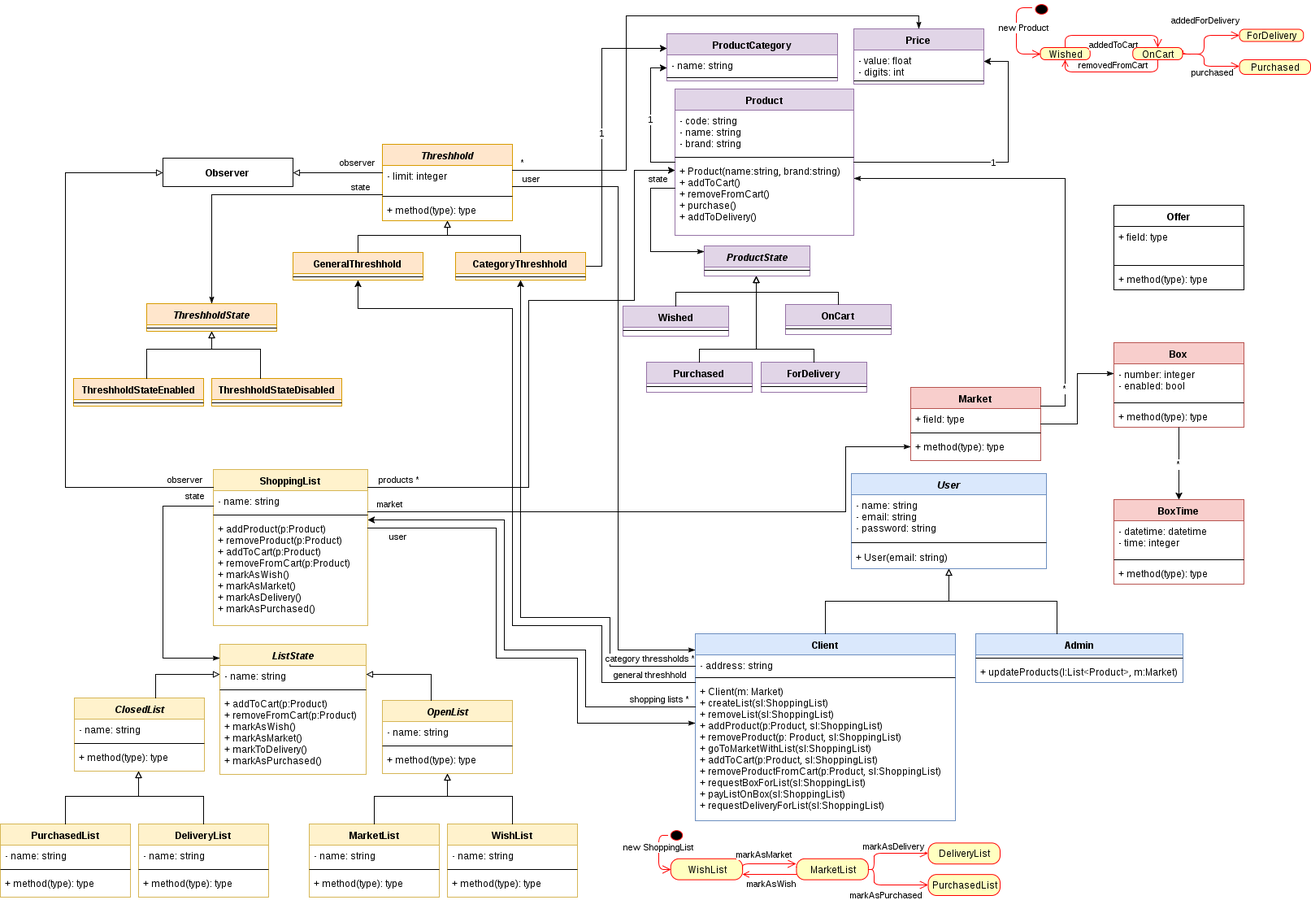
Above: doc/design.png in laendoor/unq-desapp-aloloco-back (draw.io), before the change. Source tidied: cells renumbered, new cells last; positions are measured from the earlier drawing's top-left corner, leaving out a move shared by most shapes.
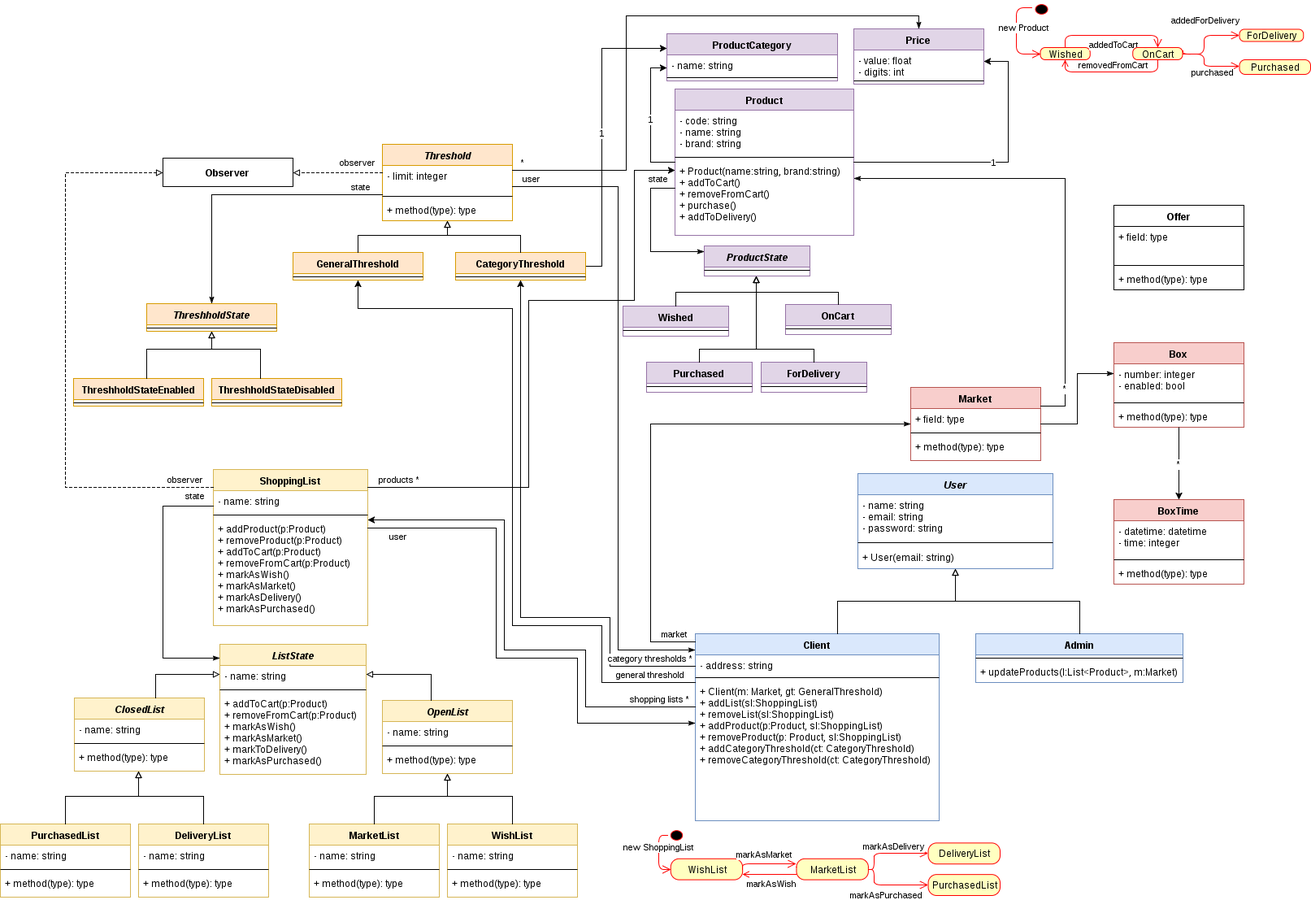
After the commit.

What changed in the source:
```diff
@@ -42,16 +42,16 @@
       <mxGeometry y="78" width="160" height="26" as="geometry" />
     </mxCell>
     <mxCell id="15" value="Client" style="swimlane;html=1;fontStyle=1;align=center;verticalAlign=top;horizontal=1;startSize=26;swimlaneFillColor=#ffffff;fillColor=#dae8fc;strokeColor=#6c8ebf;" parent="1" vertex="1">
-      <mxGeometry x="855" y="778" width="320" height="230" as="geometry" />
+      <mxGeometry x="855" y="778" width="300" height="230" as="geometry" />
     </mxCell>
     <mxCell id="16" value="&lt;div&gt;- address: string&lt;/div&gt;" style="text;html=1;strokeColor=none;fillColor=none;align=left;verticalAlign=top;spacingLeft=4;spacingRight=4;whiteSpace=wrap;overflow=hidden;" parent="15" vertex="1">
-      <mxGeometry y="26" width="320" height="24" as="geometry" />
+      <mxGeometry y="26" width="300" height="24" as="geometry" />
     </mxCell>
     <mxCell id="17" style="line;html=1;strokeWidth=1;fillColor=none;align=left;verticalAlign=middle;spacingTop=-1;spacingLeft=3;spacingRight=3;labelPosition=right;" parent="15" vertex="1">
-      <mxGeometry y="50" width="320" height="8" as="geometry" />
+      <mxGeometry y="50" width="300" height="8" as="geometry" />
     </mxCell>
-    <mxCell id="18" value="&lt;div&gt;+ Client(m: Market)&lt;/div&gt;&lt;div&gt;+ createList(&lt;span&gt;sl:ShoppingList&lt;/span&gt;&lt;span&gt;)&lt;/span&gt;&lt;/div&gt;&lt;div&gt;+ removeList(sl:ShoppingList)&lt;/div&gt;&lt;div&gt;+ addProduct(&lt;span&gt;p:Product,&amp;nbsp;&lt;/span&gt;sl:ShoppingList&lt;span&gt;)&lt;/span&gt;&lt;/div&gt;&lt;div&gt;+ removeProduct(&lt;span&gt;p: Product,&amp;nbsp;&lt;/span&gt;sl:ShoppingList&lt;span&gt;)&lt;/span&gt;&lt;/div&gt;&lt;div&gt;+ goToMarketWithList(sl:ShoppingList)&lt;/div&gt;&lt;div&gt;+ addToCart(p:Product, sl:ShoppingList)&lt;/div&gt;&lt;div&gt;+ removeProductFromCart(p:Product, sl:ShoppingList)&lt;/div&gt;&lt;div&gt;+ requestBoxForList(sl:ShoppingList)&lt;/div&gt;&lt;div&gt;+ payListOnBox(sl:ShoppingList)&lt;/div&gt;&lt;div&gt;+ requestDeliveryForList(sl:ShoppingList)&lt;/div&gt;" style="text;html=1;strokeColor=none;fillColor=none;align=left;verticalAlign=top;spacingLeft=4;spacingRight=4;whiteSpace=wrap;overflow=hidden;" parent="15" vertex="1">
-      <mxGeometry y="58" width="320" height="172" as="geometry" />
+    <mxCell id="18" value="&lt;div&gt;+ Client(m: Market, gt: GeneralThreshold)&lt;/div&gt;&lt;div&gt;+ addList(&lt;span&gt;sl:ShoppingList&lt;/span&gt;&lt;span&gt;)&lt;/span&gt;&lt;/div&gt;&lt;div&gt;+ removeList(sl:ShoppingList)&lt;/div&gt;&lt;div&gt;+ addProduct(&lt;span&gt;p:Product,&amp;nbsp;&lt;/span&gt;sl:ShoppingList&lt;span&gt;)&lt;/span&gt;&lt;/div&gt;&lt;div&gt;+ removeProduct(&lt;span&gt;p: Product,&amp;nbsp;&lt;/span&gt;sl:ShoppingList&lt;span&gt;)&lt;/span&gt;&lt;/div&gt;&lt;div&gt;+ addCategoryThreshold(ct: CategoryThreshold)&lt;br&gt;&lt;/div&gt;&lt;div&gt;+ removeCategoryThreshold(ct: CategoryThreshold)&lt;/div&gt;" style="text;html=1;strokeColor=none;fillColor=none;align=left;verticalAlign=top;spacingLeft=4;spacingRight=4;whiteSpace=wrap;overflow=hidden;" parent="15" vertex="1">
+      <mxGeometry y="58" width="300" height="172" as="geometry" />
     </mxCell>
     <mxCell id="19" value="Shopping&lt;span&gt;List&lt;/span&gt;" style="swimlane;html=1;fontStyle=1;align=center;verticalAlign=top;horizontal=1;startSize=26;swimlaneFillColor=#ffffff;fillColor=#fff2cc;strokeColor=#d6b656;" parent="1" vertex="1">
       <mxGeometry x="262" y="576" width="190" height="192" as="geometry" />
@@ -114,7 +114,7 @@
         </Array>
       </mxGeometry>
     </mxCell>
-    <mxCell id="33" value="GeneralThreshhold" style="swimlane;html=1;fontStyle=1;align=center;verticalAlign=top;horizontal=1;startSize=26;swimlaneFillColor=#ffffff;fillColor=#ffe6cc;strokeColor=#d79b00;" parent="1" vertex="1">
+    <mxCell id="33" value="GeneralThreshold" style="swimlane;html=1;fontStyle=1;align=center;verticalAlign=top;horizontal=1;startSize=26;swimlaneFillColor=#ffffff;fillColor=#ffe6cc;strokeColor=#d79b00;" parent="1" vertex="1">
       <mxGeometry x="360" y="309" width="160" height="34" as="geometry" />
     </mxCell>
     <mxCell id="34" style="line;html=1;strokeWidth=1;fillColor=none;align=left;verticalAlign=middle;spacingTop=-1;spacingLeft=3;spacingRight=3;labelPosition=right;" parent="33" vertex="1">
@@ -128,7 +128,7 @@
         </Array>
       </mxGeometry>
     </mxCell>
-    <mxCell id="36" value="category thressholds *" style="edgeStyle=orthogonalEdgeStyle;rounded=0;comic=0;html=1;shadow=0;jettySize=auto;strokeColor=#000000;" parent="1" edge="1" source="15" target="45">
+    <mxCell id="36" value="category thresholds *" style="edgeStyle=orthogonalEdgeStyle;rounded=0;comic=0;html=1;shadow=0;jettySize=auto;strokeColor=#000000;" parent="1" edge="1" source="15" target="45">
       <mxGeometry x="-0.84" y="-10" relative="1" as="geometry">
         <Array as="points">
           <mxPoint x="750" y="818" />
@@ -154,7 +154,7 @@
         </Array>
       </mxGeometry>
     </mxCell>
-    <mxCell id="41" value="&lt;i&gt;Threshhold&lt;/i&gt;" style="swimlane;html=1;fontStyle=1;align=center;verticalAlign=top;horizontal=1;startSize=26;swimlaneFillColor=#ffffff;fillColor=#ffe6cc;strokeColor=#d79b00;" parent="1" vertex="1">
+    <mxCell id="41" value="&lt;i&gt;Threshold&lt;/i&gt;" style="swimlane;html=1;fontStyle=1;align=center;verticalAlign=top;horizontal=1;startSize=26;swimlaneFillColor=#ffffff;fillColor=#ffe6cc;strokeColor=#d79b00;" parent="1" vertex="1">
       <mxGeometry x="470" y="176" width="160" height="94" as="geometry" />
     </mxCell>
     <mxCell id="42" value="- limit: integer" style="text;html=1;strokeColor=none;fillColor=none;align=left;verticalAlign=top;spacingLeft=4;spacingRight=4;whiteSpace=wrap;overflow=hidden;" parent="41" vertex="1">
@@ -166,7 +166,7 @@
     <mxCell id="44" value="+ method(type): type" style="text;html=1;strokeColor=none;fillColor=none;align=left;verticalAlign=top;spacingLeft=4;spacingRight=4;whiteSpace=wrap;overflow=hidden;" parent="41" vertex="1">
       <mxGeometry y="68" width="160" height="26" as="geometry" />
     </mxCell>
-    <mxCell id="45" value="CategoryThreshhold" style="swimlane;html=1;fontStyle=1;align=center;verticalAlign=top;horizontal=1;startSize=26;swimlaneFillColor=#ffffff;fillColor=#ffe6cc;strokeColor=#d79b00;" parent="1" vertex="1">
+    <mxCell id="45" value="CategoryThreshold" style="swimlane;html=1;fontStyle=1;align=center;verticalAlign=top;horizontal=1;startSize=26;swimlaneFillColor=#ffffff;fillColor=#ffe6cc;strokeColor=#d79b00;" parent="1" vertex="1">
       <mxGeometry x="560" y="309" width="160" height="34" as="geometry" />
     </mxCell>
     <mxCell id="46" style="line;html=1;strokeWidth=1;fillColor=none;align=left;verticalAlign=middle;spacingTop=-1;spacingLeft=3;spacingRight=3;labelPosition=right;" parent="45" vertex="1">
@@ -188,7 +188,7 @@
         </Array>
       </mxGeometry>
     </mxCell>
-    <mxCell id="49" value="general threshhold" style="edgeStyle=orthogonalEdgeStyle;rounded=0;comic=0;html=1;shadow=0;jettySize=auto;strokeColor=#000000;" parent="1" edge="1" source="15" target="33">
+    <mxCell id="49" value="general threshold" style="edgeStyle=orthogonalEdgeStyle;rounded=0;comic=0;html=1;shadow=0;jettySize=auto;strokeColor=#000000;" parent="1" edge="1" source="15" target="33">
       <mxGeometry x="-0.88" y="-10" relative="1" as="geometry">
         <Array as="points">
           <mxPoint x="740" y="838" />
@@ -202,7 +202,7 @@
     <mxCell id="50" value="&lt;b&gt;Observer&lt;/b&gt;" style="html=1;" parent="1" vertex="1">
       <mxGeometry x="200" y="193" width="160" height="35" as="geometry" />
     </mxCell>
-    <mxCell id="51" value="observer" style="edgeStyle=orthogonalEdgeStyle;rounded=0;html=1;startArrow=none;startFill=0;endArrow=block;endFill=0;jettySize=auto;" parent="1" edge="1" source="41" target="50">
+    <mxCell id="51" value="observer" style="edgeStyle=orthogonalEdgeStyle;rounded=0;html=1;startArrow=none;startFill=0;endArrow=block;endFill=0;jettySize=auto;dashed=1;" parent="1" edge="1" source="41" target="50">
       <mxGeometry x="-0.27" y="-16" relative="1" as="geometry">
         <Array as="points">
           <mxPoint x="430" y="211" />
@@ -219,7 +219,7 @@
         </Array>
       </mxGeometry>
     </mxCell>
-    <mxCell id="53" value="observer" style="edgeStyle=orthogonalEdgeStyle;rounded=0;html=1;startArrow=none;startFill=0;endArrow=block;endFill=0;jettySize=auto;" parent="1" edge="1" source="19" target="50">
+    <mxCell id="53" value="observer" style="edgeStyle=orthogonalEdgeStyle;rounded=0;html=1;startArrow=none;startFill=0;endArrow=block;endFill=0;jettySize=auto;dashed=1;" parent="1" edge="1" source="19" target="50">
       <mxGeometry x="-0.9" y="-10" relative="1" as="geometry">
         <Array as="points">
           <mxPoint x="80" y="598" />
@@ -354,11 +354,11 @@
         </Array>
       </mxGeometry>
     </mxCell>
-    <mxCell id="84" value="market" style="edgeStyle=orthogonalEdgeStyle;rounded=0;html=1;startArrow=none;startFill=0;endArrow=classicThin;endFill=1;jettySize=auto;" parent="1" edge="1" source="19" target="79">
-      <mxGeometry x="0.6" y="560" relative="1" as="geometry">
+    <mxCell id="84" value="market" style="edgeStyle=orthogonalEdgeStyle;rounded=0;html=1;startArrow=none;startFill=0;endArrow=classicThin;endFill=1;jettySize=auto;" parent="1" edge="1" source="15" target="79">
+      <mxGeometry x="-0.92" y="-10" relative="1" as="geometry">
         <Array as="points">
-          <mxPoint x="1040" y="628" />
-          <mxPoint x="1040" y="548" />
+          <mxPoint x="800" y="788" />
+          <mxPoint x="800" y="520" />
         </Array>
       </mxGeometry>
     </mxCell>
@@ -422,7 +422,7 @@
       </mxGeometry>
     </mxCell>
     <mxCell id="96" value="&lt;i&gt;User&lt;/i&gt;" style="swimlane;html=1;fontStyle=1;align=center;verticalAlign=top;horizontal=1;startSize=26;swimlaneFillColor=#ffffff;fillColor=#dae8fc;strokeColor=#6c8ebf;" parent="1" vertex="1">
-      <mxGeometry x="1047" y="581" width="240" height="117" as="geometry" />
+      <mxGeometry x="1055" y="581" width="240" height="117" as="geometry" />
     </mxCell>
     <mxCell id="97" value="- name: string&lt;div&gt;- email: string&lt;/div&gt;&lt;div&gt;- password: string&lt;/div&gt;" style="text;html=1;strokeColor=none;fillColor=none;align=left;verticalAlign=top;spacingLeft=4;spacingRight=4;whiteSpace=wrap;overflow=hidden;" parent="96" vertex="1">
       <mxGeometry y="26" width="240" height="54" as="geometry" />
@@ -443,13 +443,18 @@
       <mxGeometry y="34" width="255" height="20" as="geometry" />
     </mxCell>
     <mxCell id="103" style="edgeStyle=orthogonalEdgeStyle;rounded=0;html=1;startArrow=none;startFill=0;endArrow=block;endFill=0;jettySize=auto;" parent="1" edge="1" source="15" target="96">
-      <mxGeometry relative="1" as="geometry" />
+      <mxGeometry relative="1" as="geometry">
+        <Array as="points">
+          <mxPoint x="1030" y="738" />
+          <mxPoint x="1175" y="738" />
+        </Array>
+      </mxGeometry>
     </mxCell>
     <mxCell id="104" style="edgeStyle=orthogonalEdgeStyle;rounded=0;html=1;startArrow=none;startFill=0;endArrow=block;endFill=0;jettySize=auto;" parent="1" edge="1" source="100" target="96">
       <mxGeometry relative="1" as="geometry">
         <Array as="points">
-          <mxPoint x="1300" y="738" />
-          <mxPoint x="1167" y="738" />
+          <mxPoint x="1328" y="738" />
+          <mxPoint x="1175" y="738" />
         </Array>
       </mxGeometry>
     </mxCell>
```
